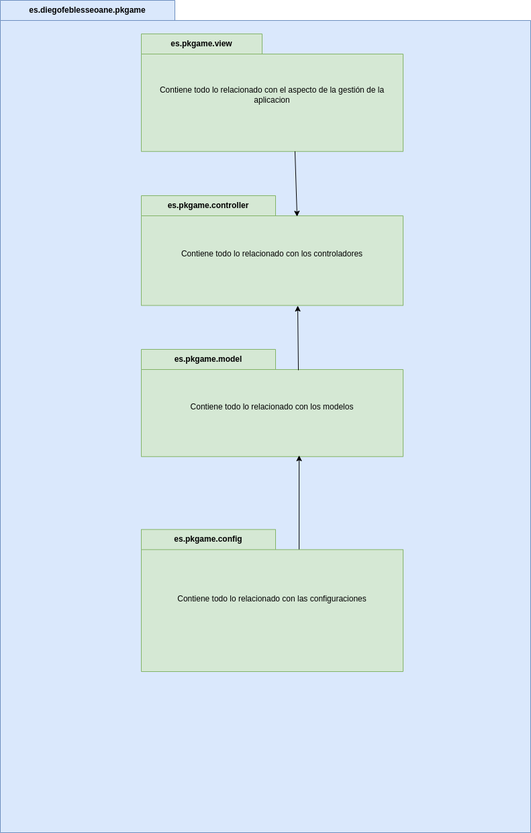
The draw.io diagram diagramas/diagramapaquetespkgame.drawio.png in diego-febles-seoane/pk-game, before a commit. Source tidied: cells renumbered, new cells last; positions are measured from the earlier drawing's top-left corner, leaving out a move shared by most shapes.
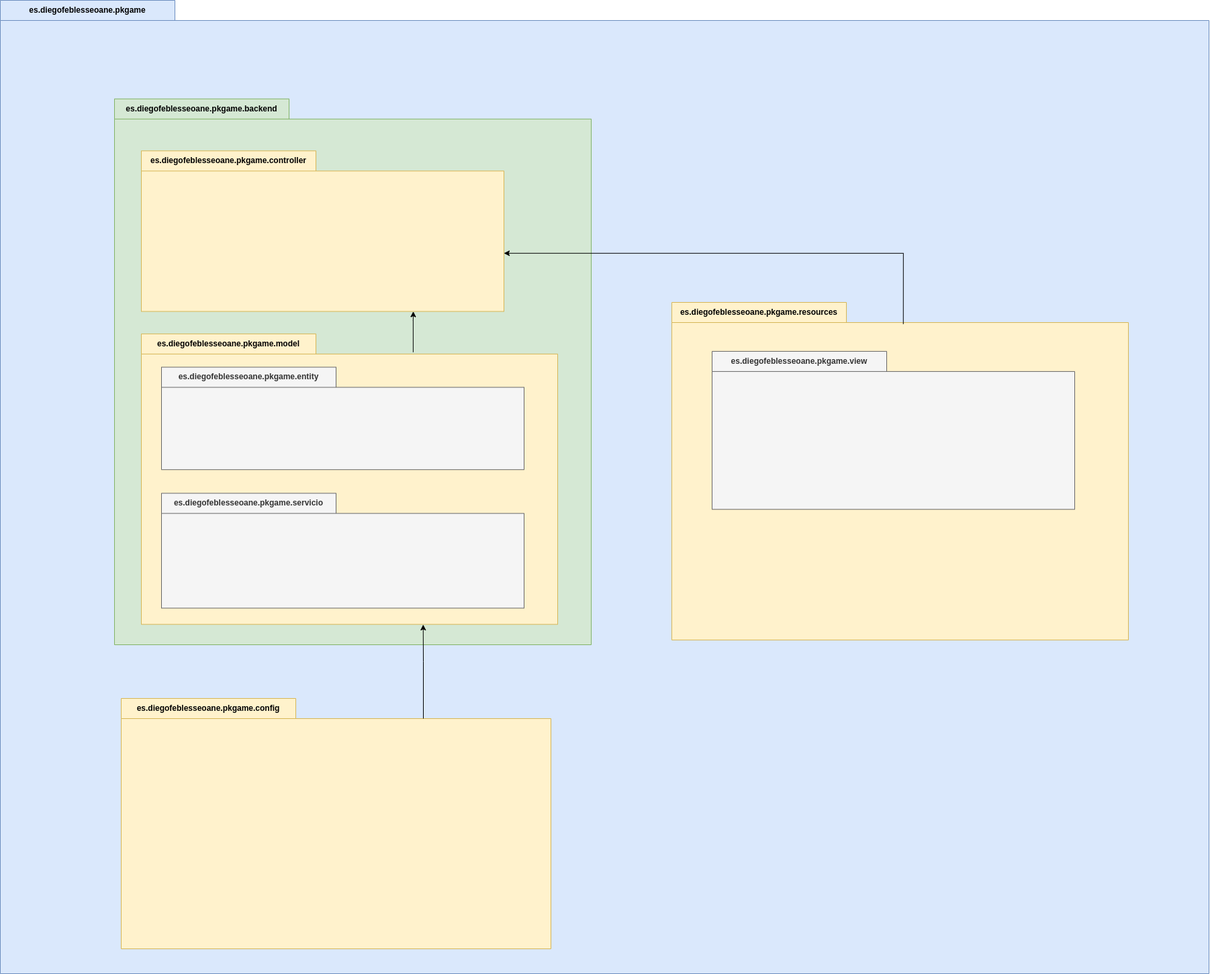
Above is the later version.

Change to the diagram source:
```diff
@@ -3,58 +3,91 @@
     <mxCell id="0" />
     <mxCell id="1" parent="0" />
     <mxCell id="2" value="es.diegofeblesseoane.pkgame" style="shape=folder;fontStyle=1;tabWidth=260;tabHeight=30;tabPosition=left;html=1;boundedLbl=1;labelInHeader=1;whiteSpace=wrap;fillColor=#dae8fc;strokeColor=#6c8ebf;" parent="1" vertex="1">
-      <mxGeometry width="790" height="1240" as="geometry" />
+      <mxGeometry width="1800" height="1450" as="geometry" />
     </mxCell>
     <mxCell id="3" style="html=1;strokeColor=none;fillColor=none;whiteSpace=wrap;" parent="2" vertex="1">
-      <mxGeometry width="790" height="868" relative="1" as="geometry">
+      <mxGeometry width="1800" height="1015" relative="1" as="geometry">
         <mxPoint y="30" as="offset" />
       </mxGeometry>
     </mxCell>
-    <mxCell id="4" value="es.pkgame.view" style="shape=folder;fontStyle=1;tabWidth=180;tabHeight=30;tabPosition=left;html=1;boundedLbl=1;labelInHeader=1;whiteSpace=wrap;fillColor=#d5e8d4;strokeColor=#82b366;" parent="2" vertex="1">
-      <mxGeometry x="210" y="50" width="390" height="175.2" as="geometry" />
-    </mxCell>
-    <mxCell id="5" value="Contiene todo lo relacionado con el aspecto de la gestión de la aplicacion" style="html=1;strokeColor=none;fillColor=none;whiteSpace=wrap;" parent="4" vertex="1">
-      <mxGeometry width="390" height="122.63" relative="1" as="geometry">
-        <mxPoint y="30" as="offset" />
-      </mxGeometry>
-    </mxCell>
-    <mxCell id="6" value="es.pkgame.controller" style="shape=folder;fontStyle=1;tabWidth=200;tabHeight=30;tabPosition=left;html=1;boundedLbl=1;labelInHeader=1;whiteSpace=wrap;fillColor=#d5e8d4;strokeColor=#82b366;" parent="2" vertex="1">
-      <mxGeometry x="210" y="291" width="390" height="163.6" as="geometry" />
-    </mxCell>
-    <mxCell id="7" value="Contiene todo lo relacionado con los controladores" style="html=1;strokeColor=none;fillColor=none;whiteSpace=wrap;" parent="6" vertex="1">
-      <mxGeometry width="390" height="114.49" relative="1" as="geometry">
-        <mxPoint y="30" as="offset" />
-      </mxGeometry>
-    </mxCell>
-    <mxCell id="8" value="es.pkgame.model" style="shape=folder;fontStyle=1;tabWidth=200;tabHeight=30;tabPosition=left;html=1;boundedLbl=1;labelInHeader=1;whiteSpace=wrap;fillColor=#d5e8d4;strokeColor=#82b366;" parent="2" vertex="1">
-      <mxGeometry x="210" y="520" width="390" height="159.8" as="geometry" />
-    </mxCell>
-    <mxCell id="9" value="Contiene todo lo relacionado con los modelos" style="html=1;strokeColor=none;fillColor=none;whiteSpace=wrap;" parent="8" vertex="1">
-      <mxGeometry width="390" height="111.83" relative="1" as="geometry">
-        <mxPoint y="30" as="offset" />
-      </mxGeometry>
-    </mxCell>
-    <mxCell id="10" value="es.pkgame&lt;span style=&quot;background-color: transparent; color: light-dark(rgb(0, 0, 0), rgb(255, 255, 255));&quot;&gt;.config&lt;/span&gt;" style="shape=folder;fontStyle=1;tabWidth=200;tabHeight=30;tabPosition=left;html=1;boundedLbl=1;labelInHeader=1;whiteSpace=wrap;fillColor=#d5e8d4;strokeColor=#82b366;" parent="2" vertex="1">
-      <mxGeometry x="210" y="788.4" width="390" height="211.7" as="geometry" />
-    </mxCell>
-    <mxCell id="11" value="Contiene todo lo relacionado con las configuraciones" style="html=1;strokeColor=none;fillColor=none;whiteSpace=wrap;" parent="10" vertex="1">
-      <mxGeometry width="390" height="148.15" relative="1" as="geometry">
-        <mxPoint y="30" as="offset" />
-      </mxGeometry>
-    </mxCell>
-    <mxCell id="12" style="endArrow=classic;html=1;rounded=0;entryX=0.572;entryY=0.989;entryDx=0;entryDy=0;entryPerimeter=0;exitX=0.572;exitY=0.14;exitDx=0;exitDy=0;exitPerimeter=0;" parent="2" edge="1">
-      <mxGeometry relative="1" as="geometry">
-        <mxPoint x="445.1" y="818" as="sourcePoint" />
-        <mxPoint x="445.1" y="678" as="targetPoint" />
-      </mxGeometry>
-    </mxCell>
-    <mxCell id="13" style="endArrow=classic;html=1;rounded=0;entryX=0.572;entryY=0.989;entryDx=0;entryDy=0;entryPerimeter=0;exitX=0.6;exitY=0.194;exitDx=0;exitDy=0;exitPerimeter=0;" parent="2" edge="1" source="8">
-      <mxGeometry relative="1" as="geometry">
-        <mxPoint x="443" y="455" as="targetPoint" />
-      </mxGeometry>
-    </mxCell>
-    <mxCell id="14" style="endArrow=classic;html=1;rounded=0;entryX=0.595;entryY=0.19;entryDx=0;entryDy=0;entryPerimeter=0;exitX=0.587;exitY=0.999;exitDx=0;exitDy=0;exitPerimeter=0;" parent="2" edge="1" source="4" target="6">
-      <mxGeometry relative="1" as="geometry" />
-    </mxCell>
+    <mxCell id="15" value="es.diegofeblesseoane.pkgame.backend" style="shape=folder;fontStyle=1;tabWidth=260;tabHeight=30;tabPosition=left;html=1;boundedLbl=1;labelInHeader=1;whiteSpace=wrap;fillColor=#d5e8d4;strokeColor=#82b366;" parent="2" vertex="1">
+      <mxGeometry x="170" y="146.8" width="710" height="813.2" as="geometry" />
+    </mxCell>
+    <mxCell id="16" style="html=1;strokeColor=none;fillColor=none;whiteSpace=wrap;" parent="15" vertex="1">
+      <mxGeometry width="710" height="569.22" relative="1" as="geometry">
+        <mxPoint y="30" as="offset" />
+      </mxGeometry>
+    </mxCell>
+    <mxCell id="17" value="es.diegofeblesseoane.pkgame.controller" style="shape=folder;fontStyle=1;tabWidth=260;tabHeight=30;tabPosition=left;html=1;boundedLbl=1;labelInHeader=1;whiteSpace=wrap;fillColor=#fff2cc;strokeColor=#d6b656;" parent="15" vertex="1">
+      <mxGeometry x="40" y="77.4" width="540" height="239.2" as="geometry" />
+    </mxCell>
+    <mxCell id="18" style="html=1;strokeColor=none;fillColor=none;whiteSpace=wrap;" parent="17" vertex="1">
+      <mxGeometry width="540" height="167.43" relative="1" as="geometry">
+        <mxPoint y="30" as="offset" />
+      </mxGeometry>
+    </mxCell>
+    <mxCell id="19" value="es.diegofeblesseoane.pkgame.model" style="shape=folder;fontStyle=1;tabWidth=260;tabHeight=30;tabPosition=left;html=1;boundedLbl=1;labelInHeader=1;whiteSpace=wrap;fillColor=#fff2cc;strokeColor=#d6b656;" parent="15" vertex="1">
+      <mxGeometry x="40" y="350.1" width="620" height="432.7" as="geometry" />
+    </mxCell>
+    <mxCell id="20" style="html=1;strokeColor=none;fillColor=none;whiteSpace=wrap;" parent="19" vertex="1">
+      <mxGeometry width="620" height="302.9" relative="1" as="geometry">
+        <mxPoint y="30" as="offset" />
+      </mxGeometry>
+    </mxCell>
+    <mxCell id="21" value="es.diegofeblesseoane.pkgame.entity" style="shape=folder;fontStyle=1;tabWidth=260;tabHeight=30;tabPosition=left;html=1;boundedLbl=1;labelInHeader=1;whiteSpace=wrap;fillColor=#f5f5f5;strokeColor=#666666;fontColor=#333333;" parent="19" vertex="1">
+      <mxGeometry x="30" y="49.6" width="540" height="152.7" as="geometry" />
+    </mxCell>
+    <mxCell id="22" style="html=1;strokeColor=none;fillColor=none;whiteSpace=wrap;" parent="21" vertex="1">
+      <mxGeometry width="540" height="106.87" relative="1" as="geometry">
+        <mxPoint y="30" as="offset" />
+      </mxGeometry>
+    </mxCell>
+    <mxCell id="23" value="es.diegofeblesseoane.pkgame.servicio" style="shape=folder;fontStyle=1;tabWidth=260;tabHeight=30;tabPosition=left;html=1;boundedLbl=1;labelInHeader=1;whiteSpace=wrap;fillColor=#f5f5f5;strokeColor=#666666;fontColor=#333333;" parent="19" vertex="1">
+      <mxGeometry x="30" y="237.5" width="540" height="171.1" as="geometry" />
+    </mxCell>
+    <mxCell id="24" style="html=1;strokeColor=none;fillColor=none;whiteSpace=wrap;" parent="23" vertex="1">
+      <mxGeometry width="540" height="119.77" relative="1" as="geometry">
+        <mxPoint y="30" as="offset" />
+      </mxGeometry>
+    </mxCell>
+    <mxCell id="25" style="edgeStyle=orthogonalEdgeStyle;rounded=0;jettySize=auto;html=1;exitX=0.653;exitY=0.063;exitDx=0;exitDy=0;exitPerimeter=0;entryX=0.75;entryY=1;entryDx=0;entryDy=0;entryPerimeter=0;" parent="15" edge="1" source="19" target="17">
+      <mxGeometry relative="1" as="geometry" />
+    </mxCell>
+    <mxCell id="26" value="es.diegofeblesseoane.pkgame.config" style="shape=folder;fontStyle=1;tabWidth=260;tabHeight=30;tabPosition=left;html=1;boundedLbl=1;labelInHeader=1;whiteSpace=wrap;fillColor=#fff2cc;strokeColor=#d6b656;" parent="2" vertex="1">
+      <mxGeometry x="180" y="1040" width="640" height="373" as="geometry" />
+    </mxCell>
+    <mxCell id="27" style="html=1;strokeColor=none;fillColor=none;whiteSpace=wrap;" parent="26" vertex="1">
+      <mxGeometry width="640" height="261.09" relative="1" as="geometry">
+        <mxPoint y="30" as="offset" />
+      </mxGeometry>
+    </mxCell>
+    <mxCell id="28" style="edgeStyle=orthogonalEdgeStyle;rounded=0;jettySize=auto;html=1;exitX=0;exitY=0;exitDx=450;exitDy=30;exitPerimeter=0;entryX=0.677;entryY=1.001;entryDx=0;entryDy=0;entryPerimeter=0;" parent="2" edge="1" source="26" target="19">
+      <mxGeometry relative="1" as="geometry" />
+    </mxCell>
+    <mxCell id="29" value="es.diegofeblesseoane.pkgame.resources" style="shape=folder;fontStyle=1;tabWidth=260;tabHeight=30;tabPosition=left;html=1;boundedLbl=1;labelInHeader=1;whiteSpace=wrap;fillColor=#fff2cc;strokeColor=#d6b656;" parent="2" vertex="1">
+      <mxGeometry x="1000" y="450" width="680" height="502.9" as="geometry" />
+    </mxCell>
+    <mxCell id="30" style="html=1;strokeColor=none;fillColor=none;whiteSpace=wrap;" parent="29" vertex="1">
+      <mxGeometry width="680" height="352.04" relative="1" as="geometry">
+        <mxPoint y="30" as="offset" />
+      </mxGeometry>
+    </mxCell>
+    <mxCell id="31" value="es.diegofeblesseoane.pkgame.view" style="shape=folder;fontStyle=1;tabWidth=260;tabHeight=30;tabPosition=left;html=1;boundedLbl=1;labelInHeader=1;whiteSpace=wrap;fillColor=#f5f5f5;strokeColor=#666666;fontColor=#333333;" parent="29" vertex="1">
+      <mxGeometry x="60" y="72.9" width="540" height="235.4" as="geometry" />
+    </mxCell>
+    <mxCell id="32" style="html=1;strokeColor=none;fillColor=none;whiteSpace=wrap;" parent="31" vertex="1">
+      <mxGeometry width="540" height="164.78" relative="1" as="geometry">
+        <mxPoint y="30" as="offset" />
+      </mxGeometry>
+    </mxCell>
+    <mxCell id="33" style="edgeStyle=orthogonalEdgeStyle;rounded=0;orthogonalLoop=1;jettySize=auto;html=1;entryX=0;entryY=0;entryDx=540;entryDy=151.5040868263473;entryPerimeter=0;exitX=0.507;exitY=0.062;exitDx=0;exitDy=0;exitPerimeter=0;" parent="2" edge="1">
+      <mxGeometry relative="1" as="geometry">
+        <mxPoint x="1344.8" y="482.2" as="sourcePoint" />
+        <mxPoint x="750" y="376.8" as="targetPoint" />
+        <Array as="points">
+          <mxPoint x="1345" y="377" />
+        </Array>
+      </mxGeometry>
+    </mxCell>
   </root>
 </mxGraphModel>
```
